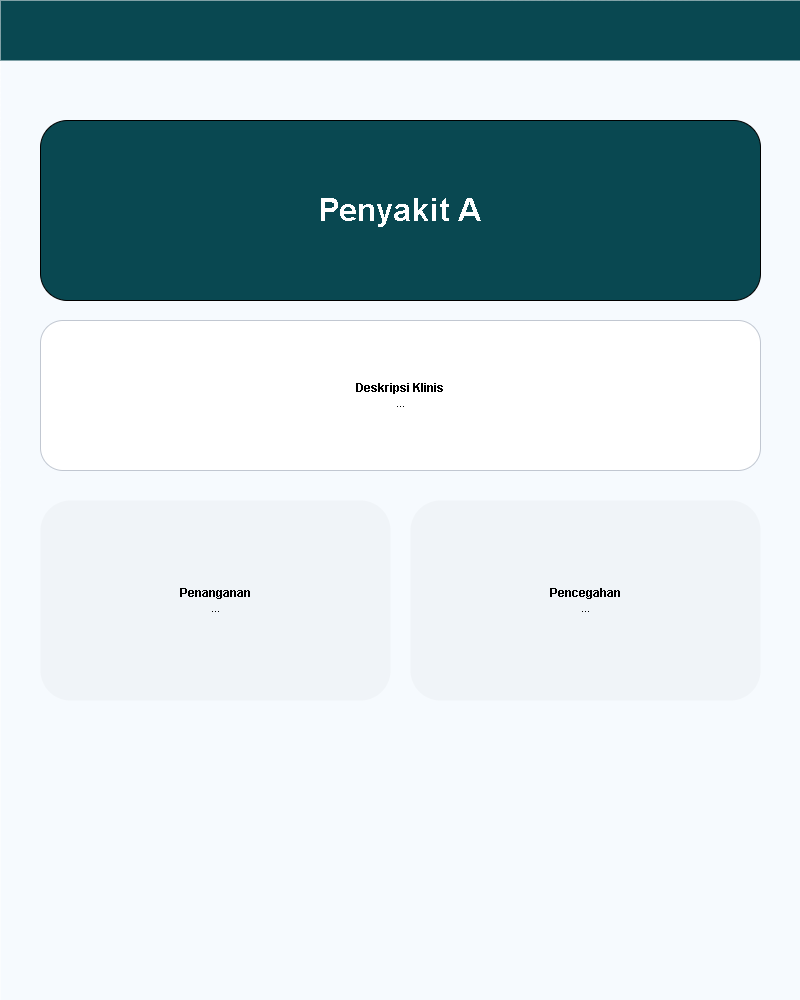
This is diagram/desain/detail_penyakit.png from Jinsky/Jinsky, a draw.io export, as it was before one commit. Source tidied: cells renumbered, new cells last; positions are measured from the earlier drawing's top-left corner, leaving out a move shared by most shapes.
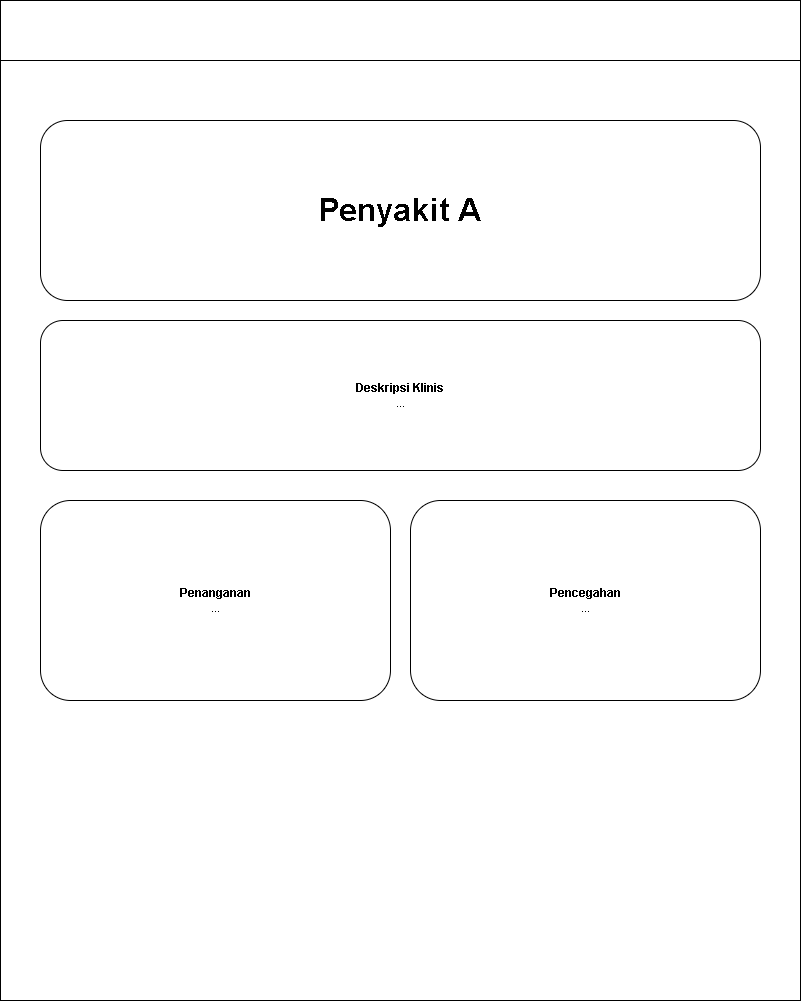
Above is the later version.

Change to the diagram source:
```diff
@@ -2,22 +2,22 @@
   <root>
     <mxCell id="0" />
     <mxCell id="1" parent="0" />
-    <mxCell id="2" style="rounded=0;whiteSpace=wrap;html=1;fillColor=#f6fafe;strokeColor=none;" parent="1" vertex="1">
+    <mxCell id="2" style="rounded=0;whiteSpace=wrap;html=1;fillColor=#ffffff;strokeColor=#000000;fontColor=#000000;" parent="1" vertex="1">
       <mxGeometry width="800" height="1000" as="geometry" />
     </mxCell>
-    <mxCell id="3" style="rounded=0;whiteSpace=wrap;html=1;fillColor=#094851;strokeColor=none;" parent="1" vertex="1">
+    <mxCell id="3" style="rounded=0;whiteSpace=wrap;html=1;fillColor=#ffffff;strokeColor=#000000;fontColor=#000000;" parent="1" vertex="1">
       <mxGeometry width="800" height="60" as="geometry" />
     </mxCell>
-    <mxCell id="4" value="&lt;b&gt;Penyakit A&lt;/b&gt;" style="rounded=0;whiteSpace=wrap;html=1;fillColor=#094851;fontColor=#ffffff;rounded=1;fontSize=32;" parent="1" vertex="1">
+    <mxCell id="4" value="&lt;b&gt;Penyakit A&lt;/b&gt;" style="rounded=1;whiteSpace=wrap;html=1;fillColor=#ffffff;fontColor=#000000;fontSize=32;strokeColor=#000000;" parent="1" vertex="1">
       <mxGeometry x="40" y="120" width="720" height="180" as="geometry" />
     </mxCell>
-    <mxCell id="5" value="&lt;b&gt;Deskripsi Klinis&lt;/b&gt;&lt;br/&gt;..." style="rounded=0;whiteSpace=wrap;html=1;fillColor=#ffffff;rounded=1;strokeColor=#c1c7d1;" parent="1" vertex="1">
+    <mxCell id="5" value="&lt;b&gt;Deskripsi Klinis&lt;/b&gt;&lt;br/&gt;..." style="rounded=1;whiteSpace=wrap;html=1;fillColor=#ffffff;strokeColor=#000000;fontColor=#000000;" parent="1" vertex="1">
       <mxGeometry x="40" y="320" width="720" height="150" as="geometry" />
     </mxCell>
-    <mxCell id="6" value="&lt;b&gt;Penanganan&lt;/b&gt;&lt;br/&gt;..." style="rounded=0;whiteSpace=wrap;html=1;fillColor=#f0f4f8;rounded=1;strokeColor=none;" parent="1" vertex="1">
+    <mxCell id="6" value="&lt;b&gt;Penanganan&lt;/b&gt;&lt;br/&gt;..." style="rounded=1;whiteSpace=wrap;html=1;fillColor=#ffffff;strokeColor=#000000;fontColor=#000000;" parent="1" vertex="1">
       <mxGeometry x="40" y="500" width="350" height="200" as="geometry" />
     </mxCell>
-    <mxCell id="7" value="&lt;b&gt;Pencegahan&lt;/b&gt;&lt;br/&gt;..." style="rounded=0;whiteSpace=wrap;html=1;fillColor=#f0f4f8;rounded=1;strokeColor=none;" parent="1" vertex="1">
+    <mxCell id="7" value="&lt;b&gt;Pencegahan&lt;/b&gt;&lt;br/&gt;..." style="rounded=1;whiteSpace=wrap;html=1;fillColor=#ffffff;strokeColor=#000000;fontColor=#000000;" parent="1" vertex="1">
       <mxGeometry x="410" y="500" width="350" height="200" as="geometry" />
     </mxCell>
   </root>
```
